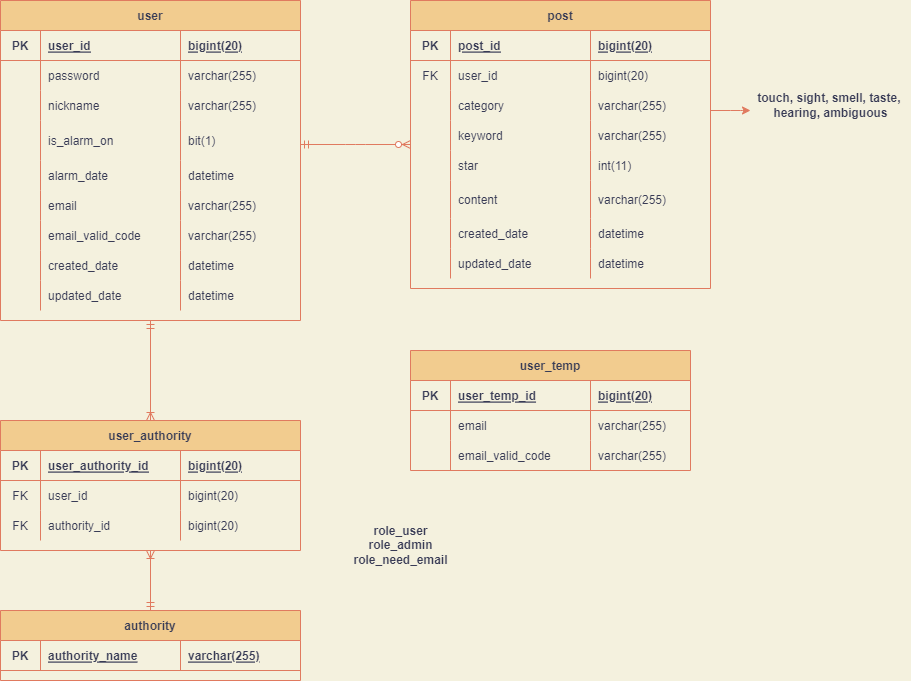
FiveSensesApp/five-senses-common keeps this draw.io diagram as five_senses_erd.drawio.png. Above is the earlier version. Source tidied: cells renumbered, new cells last; positions are measured from the earlier drawing's top-left corner, leaving out a move shared by most shapes.
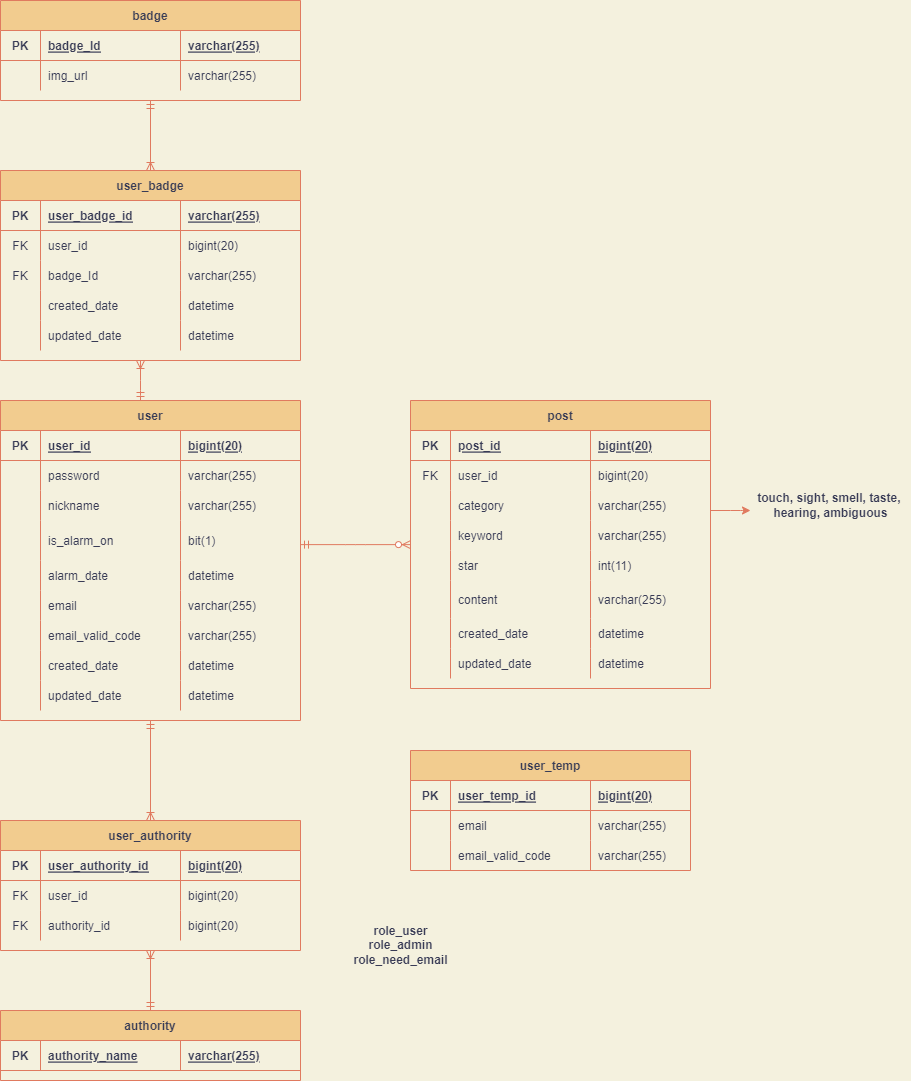
Above is the later version.

Change to the diagram source:
```diff
@@ -340,5 +340,113 @@
     <mxCell id="108" value="varchar(255)" style="shape=partialRectangle;fillColor=none;top=0;left=0;bottom=0;right=0;align=left;spacingLeft=6;overflow=hidden;rounded=0;sketch=0;fontColor=#393C56;strokeColor=#E07A5F;" parent="105" vertex="1">
       <mxGeometry x="180" width="100" height="30" as="geometry" />
     </mxCell>
+    <mxCell id="109" value="badge" style="shape=table;startSize=30;rowLines=0;fontStyle=1;align=center;rounded=0;sketch=0;fontColor=#393C56;strokeColor=#E07A5F;fillColor=#F2CC8F;" parent="1" vertex="1">
+      <mxGeometry y="-400" width="300" height="100" as="geometry" />
+    </mxCell>
+    <mxCell id="110" style="shape=tableRow;horizontal=0;startSize=0;swimlaneHead=0;swimlaneBody=0;fillColor=none;top=0;left=0;right=0;bottom=1;rounded=0;sketch=0;fontColor=#393C56;strokeColor=#E07A5F;" parent="109" vertex="1">
+      <mxGeometry y="30" width="300" height="30" as="geometry" />
+    </mxCell>
+    <mxCell id="111" value="PK" style="shape=partialRectangle;fillColor=none;top=0;left=0;bottom=0;right=0;fontStyle=1;overflow=hidden;rounded=0;sketch=0;fontColor=#393C56;strokeColor=#E07A5F;" parent="110" vertex="1">
+      <mxGeometry width="40" height="30" as="geometry" />
+    </mxCell>
+    <mxCell id="112" value="badge_Id" style="shape=partialRectangle;fillColor=none;top=0;left=0;bottom=0;right=0;align=left;spacingLeft=6;fontStyle=5;overflow=hidden;rounded=0;sketch=0;fontColor=#393C56;strokeColor=#E07A5F;" parent="110" vertex="1">
+      <mxGeometry x="40" width="140" height="30" as="geometry" />
+    </mxCell>
+    <mxCell id="113" value="varchar(255)" style="shape=partialRectangle;fillColor=none;top=0;left=0;bottom=0;right=0;align=left;spacingLeft=6;fontStyle=5;overflow=hidden;rounded=0;sketch=0;fontColor=#393C56;strokeColor=#E07A5F;" parent="110" vertex="1">
+      <mxGeometry x="180" width="120" height="30" as="geometry" />
+    </mxCell>
+    <mxCell id="114" style="shape=tableRow;horizontal=0;startSize=0;swimlaneHead=0;swimlaneBody=0;fillColor=none;top=0;left=0;right=0;bottom=0;rounded=0;sketch=0;fontColor=#393C56;strokeColor=#E07A5F;" parent="109" vertex="1">
+      <mxGeometry y="60" width="300" height="30" as="geometry" />
+    </mxCell>
+    <mxCell id="115" style="shape=partialRectangle;fillColor=none;top=0;left=0;bottom=0;right=0;overflow=hidden;rounded=0;sketch=0;fontColor=#393C56;strokeColor=#E07A5F;" parent="114" vertex="1">
+      <mxGeometry width="40" height="30" as="geometry" />
+    </mxCell>
+    <mxCell id="116" value="img_url" style="shape=partialRectangle;fillColor=none;top=0;left=0;bottom=0;right=0;align=left;spacingLeft=6;overflow=hidden;rounded=0;sketch=0;fontColor=#393C56;strokeColor=#E07A5F;" parent="114" vertex="1">
+      <mxGeometry x="40" width="140" height="30" as="geometry" />
+    </mxCell>
+    <mxCell id="117" value="varchar(255)" style="shape=partialRectangle;fillColor=none;top=0;left=0;bottom=0;right=0;align=left;spacingLeft=6;overflow=hidden;rounded=0;sketch=0;fontColor=#393C56;strokeColor=#E07A5F;" parent="114" vertex="1">
+      <mxGeometry x="180" width="120" height="30" as="geometry" />
+    </mxCell>
+    <mxCell id="118" value="user_badge" style="shape=table;startSize=30;rowLines=0;fontStyle=1;align=center;rounded=0;sketch=0;fontColor=#393C56;strokeColor=#E07A5F;fillColor=#F2CC8F;" parent="1" vertex="1">
+      <mxGeometry y="-230" width="300" height="190" as="geometry" />
+    </mxCell>
+    <mxCell id="119" style="shape=tableRow;horizontal=0;startSize=0;swimlaneHead=0;swimlaneBody=0;fillColor=none;top=0;left=0;right=0;bottom=1;rounded=0;sketch=0;fontColor=#393C56;strokeColor=#E07A5F;" parent="118" vertex="1">
+      <mxGeometry y="30" width="300" height="30" as="geometry" />
+    </mxCell>
+    <mxCell id="120" value="PK" style="shape=partialRectangle;fillColor=none;top=0;left=0;bottom=0;right=0;fontStyle=1;overflow=hidden;rounded=0;sketch=0;fontColor=#393C56;strokeColor=#E07A5F;" parent="119" vertex="1">
+      <mxGeometry width="40" height="30" as="geometry" />
+    </mxCell>
+    <mxCell id="121" value="user_badge_id" style="shape=partialRectangle;fillColor=none;top=0;left=0;bottom=0;right=0;align=left;spacingLeft=6;fontStyle=5;overflow=hidden;rounded=0;sketch=0;fontColor=#393C56;strokeColor=#E07A5F;" parent="119" vertex="1">
+      <mxGeometry x="40" width="140" height="30" as="geometry" />
+    </mxCell>
+    <mxCell id="122" value="varchar(255)" style="shape=partialRectangle;fillColor=none;top=0;left=0;bottom=0;right=0;align=left;spacingLeft=6;fontStyle=5;overflow=hidden;rounded=0;sketch=0;fontColor=#393C56;strokeColor=#E07A5F;" parent="119" vertex="1">
+      <mxGeometry x="180" width="120" height="30" as="geometry" />
+    </mxCell>
+    <mxCell id="123" style="shape=tableRow;horizontal=0;startSize=0;swimlaneHead=0;swimlaneBody=0;fillColor=none;top=0;left=0;right=0;bottom=0;rounded=0;sketch=0;fontColor=#393C56;strokeColor=#E07A5F;" parent="118" vertex="1">
+      <mxGeometry y="60" width="300" height="30" as="geometry" />
+    </mxCell>
+    <mxCell id="124" value="FK" style="shape=partialRectangle;fillColor=none;top=0;left=0;bottom=0;right=0;overflow=hidden;rounded=0;sketch=0;fontColor=#393C56;strokeColor=#E07A5F;" parent="123" vertex="1">
+      <mxGeometry width="40" height="30" as="geometry" />
+    </mxCell>
+    <mxCell id="125" value="user_id" style="shape=partialRectangle;fillColor=none;top=0;left=0;bottom=0;right=0;align=left;spacingLeft=6;overflow=hidden;rounded=0;sketch=0;fontColor=#393C56;strokeColor=#E07A5F;" parent="123" vertex="1">
+      <mxGeometry x="40" width="140" height="30" as="geometry" />
+    </mxCell>
+    <mxCell id="126" value="bigint(20)" style="shape=partialRectangle;fillColor=none;top=0;left=0;bottom=0;right=0;align=left;spacingLeft=6;overflow=hidden;rounded=0;sketch=0;fontColor=#393C56;strokeColor=#E07A5F;" parent="123" vertex="1">
+      <mxGeometry x="180" width="120" height="30" as="geometry" />
+    </mxCell>
+    <mxCell id="127" style="shape=tableRow;horizontal=0;startSize=0;swimlaneHead=0;swimlaneBody=0;fillColor=none;top=0;left=0;right=0;bottom=0;rounded=0;sketch=0;fontColor=#393C56;strokeColor=#E07A5F;" parent="118" vertex="1">
+      <mxGeometry y="90" width="300" height="30" as="geometry" />
+    </mxCell>
+    <mxCell id="128" value="FK" style="shape=partialRectangle;fillColor=none;top=0;left=0;bottom=0;right=0;overflow=hidden;rounded=0;sketch=0;fontColor=#393C56;strokeColor=#E07A5F;" parent="127" vertex="1">
+      <mxGeometry width="40" height="30" as="geometry" />
+    </mxCell>
+    <mxCell id="129" value="badge_Id" style="shape=partialRectangle;fillColor=none;top=0;left=0;bottom=0;right=0;align=left;spacingLeft=6;overflow=hidden;rounded=0;sketch=0;fontColor=#393C56;strokeColor=#E07A5F;" parent="127" vertex="1">
+      <mxGeometry x="40" width="140" height="30" as="geometry" />
+    </mxCell>
+    <mxCell id="130" value="varchar(255)" style="shape=partialRectangle;fillColor=none;top=0;left=0;bottom=0;right=0;align=left;spacingLeft=6;overflow=hidden;rounded=0;sketch=0;fontColor=#393C56;strokeColor=#E07A5F;" parent="127" vertex="1">
+      <mxGeometry x="180" width="120" height="30" as="geometry" />
+    </mxCell>
+    <mxCell id="131" style="shape=tableRow;horizontal=0;startSize=0;swimlaneHead=0;swimlaneBody=0;fillColor=none;top=0;left=0;right=0;bottom=0;rounded=0;sketch=0;fontColor=#393C56;strokeColor=#E07A5F;" parent="118" vertex="1">
+      <mxGeometry y="120" width="300" height="30" as="geometry" />
+    </mxCell>
+    <mxCell id="132" style="shape=partialRectangle;fillColor=none;top=0;left=0;bottom=0;right=0;overflow=hidden;rounded=0;sketch=0;fontColor=#393C56;strokeColor=#E07A5F;" parent="131" vertex="1">
+      <mxGeometry width="40" height="30" as="geometry" />
+    </mxCell>
+    <mxCell id="133" value="created_date" style="shape=partialRectangle;fillColor=none;top=0;left=0;bottom=0;right=0;align=left;spacingLeft=6;overflow=hidden;rounded=0;sketch=0;fontColor=#393C56;strokeColor=#E07A5F;" parent="131" vertex="1">
+      <mxGeometry x="40" width="140" height="30" as="geometry" />
+    </mxCell>
+    <mxCell id="134" value="datetime" style="shape=partialRectangle;fillColor=none;top=0;left=0;bottom=0;right=0;align=left;spacingLeft=6;overflow=hidden;rounded=0;sketch=0;fontColor=#393C56;strokeColor=#E07A5F;" parent="131" vertex="1">
+      <mxGeometry x="180" width="120" height="30" as="geometry" />
+    </mxCell>
+    <mxCell id="135" style="shape=tableRow;horizontal=0;startSize=0;swimlaneHead=0;swimlaneBody=0;fillColor=none;top=0;left=0;right=0;bottom=0;rounded=0;sketch=0;fontColor=#393C56;strokeColor=#E07A5F;" parent="118" vertex="1">
+      <mxGeometry y="150" width="300" height="30" as="geometry" />
+    </mxCell>
+    <mxCell id="136" style="shape=partialRectangle;fillColor=none;top=0;left=0;bottom=0;right=0;overflow=hidden;rounded=0;sketch=0;fontColor=#393C56;strokeColor=#E07A5F;" parent="135" vertex="1">
+      <mxGeometry width="40" height="30" as="geometry" />
+    </mxCell>
+    <mxCell id="137" value="updated_date" style="shape=partialRectangle;fillColor=none;top=0;left=0;bottom=0;right=0;align=left;spacingLeft=6;overflow=hidden;rounded=0;sketch=0;fontColor=#393C56;strokeColor=#E07A5F;" parent="135" vertex="1">
+      <mxGeometry x="40" width="140" height="30" as="geometry" />
+    </mxCell>
+    <mxCell id="138" value="datetime" style="shape=partialRectangle;fillColor=none;top=0;left=0;bottom=0;right=0;align=left;spacingLeft=6;overflow=hidden;rounded=0;sketch=0;fontColor=#393C56;strokeColor=#E07A5F;" parent="135" vertex="1">
+      <mxGeometry x="180" width="120" height="30" as="geometry" />
+    </mxCell>
+    <mxCell id="139" style="edgeStyle=elbowEdgeStyle;fontSize=12;html=1;endArrow=ERoneToMany;startArrow=ERmandOne;rounded=1;sketch=0;fontColor=#393C56;strokeColor=#E07A5F;fillColor=#F2CC8F;" parent="1" edge="1" source="109" target="118">
+      <mxGeometry relative="1" as="geometry">
+        <Array as="points">
+          <mxPoint x="150" y="-200" />
+          <mxPoint x="620" y="-390" />
+        </Array>
+      </mxGeometry>
+    </mxCell>
+    <mxCell id="140" style="edgeStyle=elbowEdgeStyle;fontSize=12;html=1;endArrow=ERoneToMany;startArrow=ERmandOne;rounded=1;sketch=0;fontColor=#393C56;strokeColor=#E07A5F;fillColor=#F2CC8F;" parent="1" edge="1" source="2" target="118">
+      <mxGeometry relative="1" as="geometry">
+        <Array as="points">
+          <mxPoint x="140" y="-10" />
+          <mxPoint x="440" y="-260" />
+          <mxPoint x="370" y="-60" />
+          <mxPoint x="620" y="-190" />
+        </Array>
+      </mxGeometry>
+    </mxCell>
   </root>
 </mxGraphModel>
```
